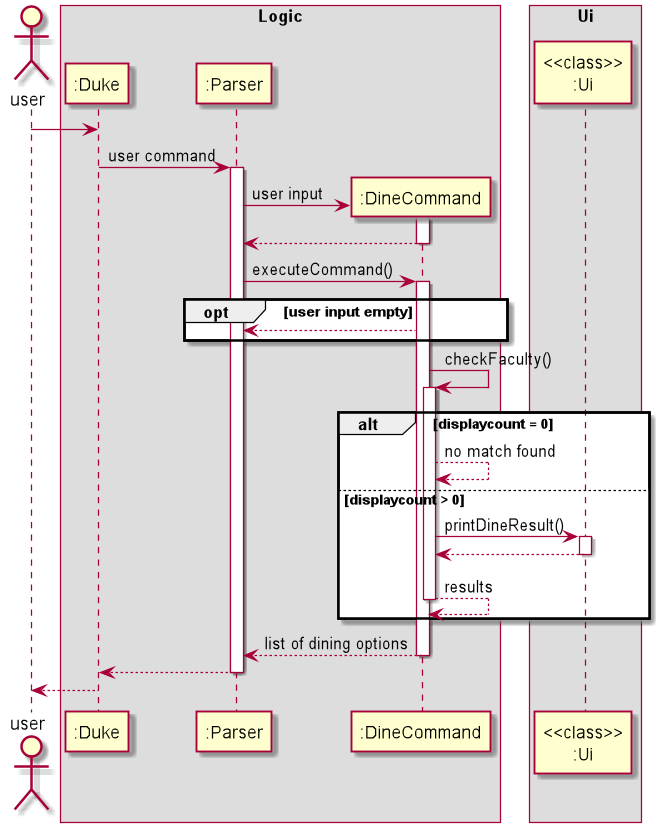
This is docs/DG_Diagrams/DineSequence.png from nus-cs2113-AY2021S1/tp, a PlantUML export, as it was before one commit.
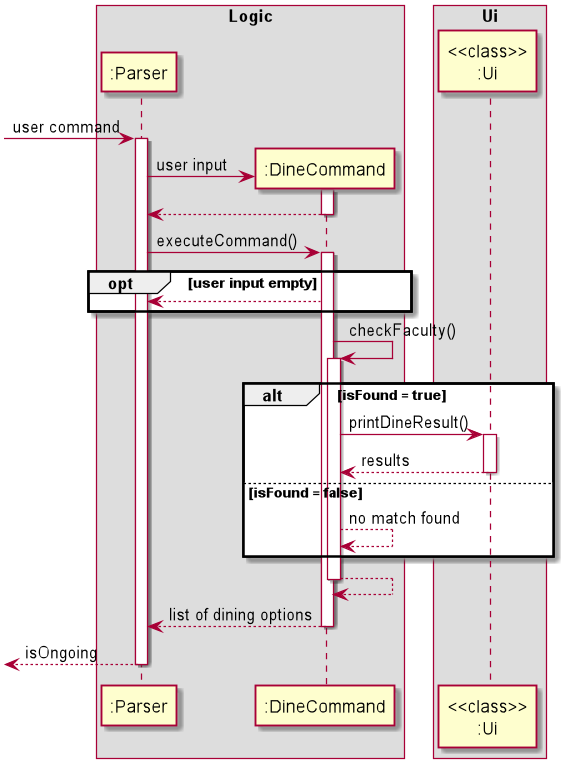
After the commit.

Commit message:
Update /dine sequence diagram

Change to the diagram source:
```diff
@@ -1,7 +1,6 @@
 @startuml
-actor user
+
 box Logic
-participant ":Duke"
 participant ":Parser"
 participant ":DineCommand"
 end box
@@ -9,9 +8,7 @@
 participant "<<class>>\n:Ui"
 end box
 
-user -> ":Duke"
-box Logic
-":Duke" -> ":Parser": user command
+[-> ":Parser": user command
 activate ":Parser"
 create ":DineCommand"
 ":Parser" -> ":DineCommand": user input
@@ -28,20 +25,20 @@
 ":DineCommand" -> ":DineCommand": checkFaculty()
 activate ":DineCommand"
 
-alt displaycount = 0
+alt isFound = true
+    ":DineCommand" -> "<<class>>\n:Ui": printDineResult()
+    activate "<<class>>\n:Ui"
+    "<<class>>\n:Ui" --> ":DineCommand": results
+    deactivate "<<class>>\n:Ui"
+else isFound = false
     ":DineCommand" --> ":DineCommand": no match found
-else displaycount > 0
-    ":DineCommand" -> "<<class>>\n:Ui" : printDineResult()
-    activate "<<class>>\n:Ui"
-    "<<class>>\n:Ui" --> ":DineCommand"
-    deactivate "<<class>>\n:Ui"
-    ":DineCommand" --> ":DineCommand": results
+end
+":DineCommand" --> ":DineCommand"
 deactivate ":DineCommand"
-end
 
 ":DineCommand" --> ":Parser": list of dining options
 deactivate ":DineCommand"
-":Parser" --> ":Duke"
+[<-- ":Parser": isOngoing
 deactivate ":Parser"
-":Duke" --> user
+
 @enduml
```
